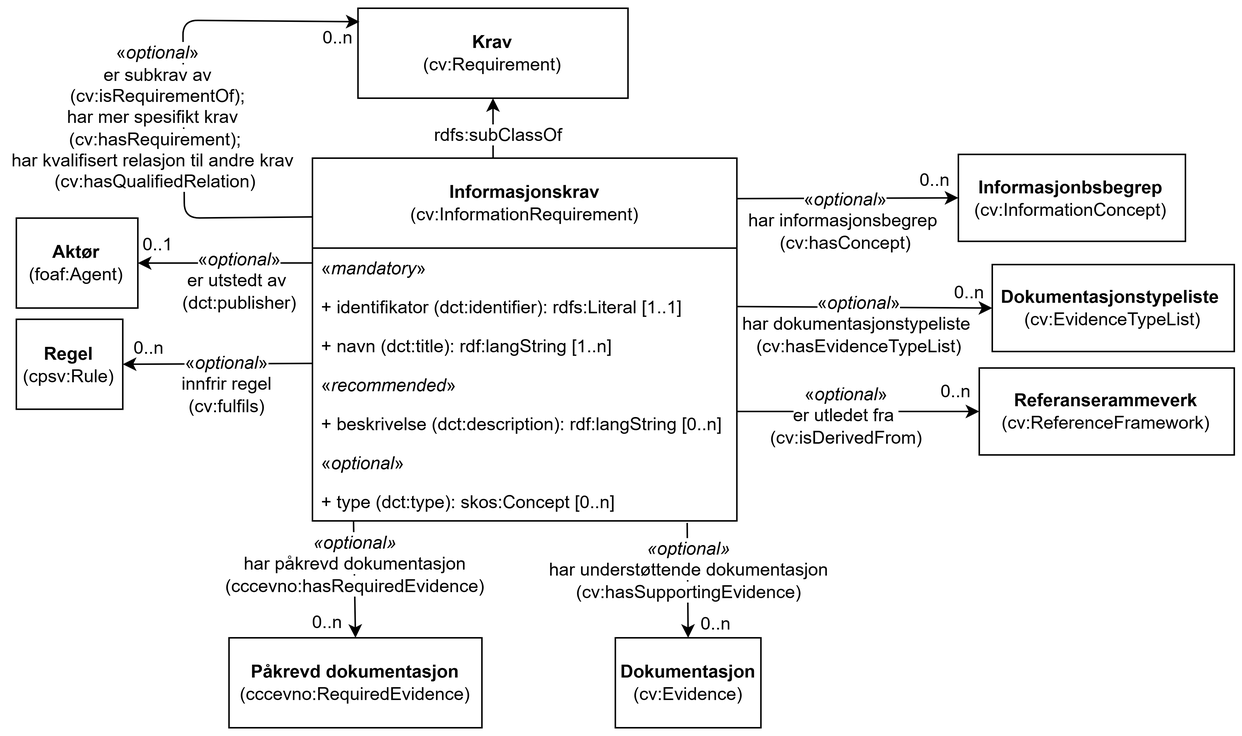
Above: docs/images/KlassenInformasjonskrav.png in Informasjonsforvaltning/cccev-ap-no (draw.io), before the change. Source tidied: cells renumbered, new cells last; positions are measured from the earlier drawing's top-left corner, leaving out a move shared by most shapes.
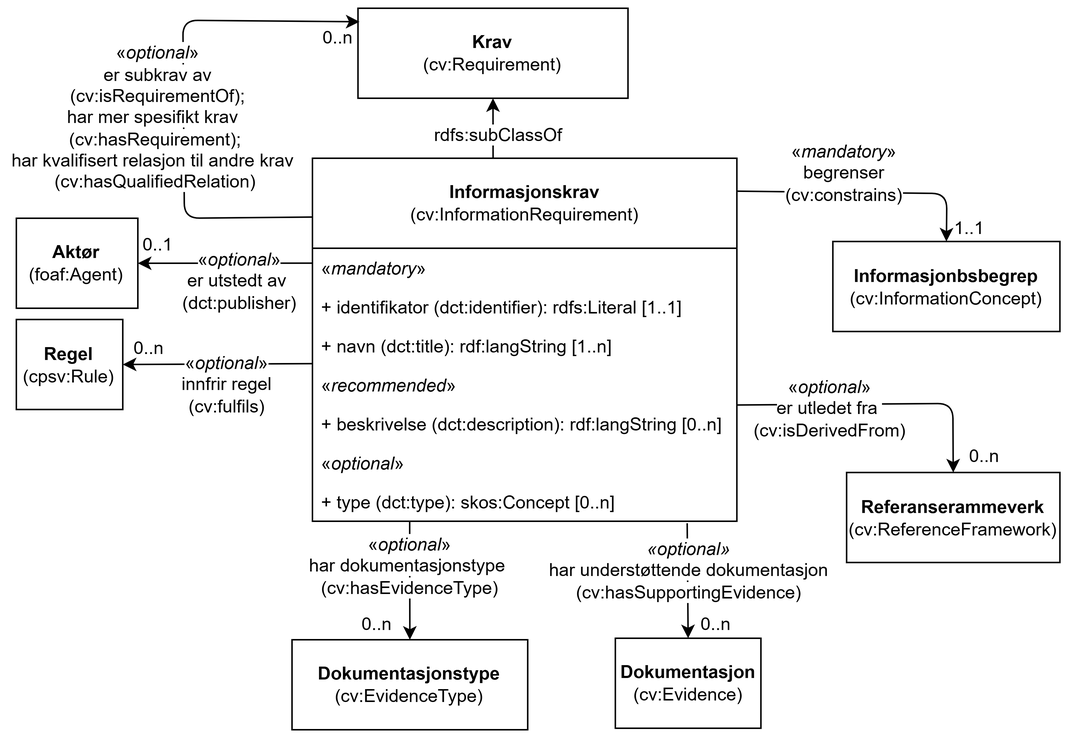
Later version of the same file.

Commit message:
Tar bort Påkrevd dokumentasjon

What changed in the source:
```diff
@@ -16,32 +16,6 @@
     <mxCell id="5" value="0..n" style="text;html=1;strokeColor=none;fillColor=none;align=center;verticalAlign=middle;whiteSpace=wrap;rounded=0;" parent="1" vertex="1">
       <mxGeometry x="77.2" y="216.5" width="34" height="20" as="geometry" />
     </mxCell>
-    <mxCell id="6" value="&lt;b&gt;Informasjonbsbegrep&lt;/b&gt;&lt;br&gt;(cv:InformationConcept)" style="rounded=0;whiteSpace=wrap;html=1;fillColor=none;strokeColor=#000000;" parent="1" vertex="1">
-      <mxGeometry x="633.4" y="97.5" width="151.4" height="58" as="geometry" />
-    </mxCell>
-    <mxCell id="7" style="endArrow=classic;html=1;rounded=0;entryX=0;entryY=0.5;entryDx=0;entryDy=0;" parent="1" edge="1" target="6">
-      <mxGeometry relative="1" as="geometry">
-        <mxPoint x="485.7" y="127" as="sourcePoint" />
-      </mxGeometry>
-    </mxCell>
-    <mxCell id="8" value="&lt;span style=&quot;background-color: rgb(255, 255, 255);&quot;&gt;«&lt;i style=&quot;&quot;&gt;optional&lt;/i&gt;»&lt;br style=&quot;border-color: var(--border-color);&quot;&gt;har informasjonsbegrep&amp;nbsp;&lt;br style=&quot;border-color: var(--border-color);&quot;&gt;(cv:hasConcept)&lt;/span&gt;" style="text;html=1;strokeColor=none;fillColor=none;align=center;verticalAlign=middle;whiteSpace=wrap;rounded=0;" parent="1" vertex="1">
-      <mxGeometry x="485.7" y="116" width="145" height="52" as="geometry" />
-    </mxCell>
-    <mxCell id="9" value="0..n" style="text;html=1;strokeColor=none;fillColor=none;align=center;verticalAlign=middle;whiteSpace=wrap;rounded=0;" parent="1" vertex="1">
-      <mxGeometry x="604.7" y="105" width="26" height="20" as="geometry" />
-    </mxCell>
-    <mxCell id="10" value="&lt;b&gt;Dokumentasjonstypeliste&amp;nbsp;&lt;br&gt;&lt;/b&gt;(cv:EvidenceTypeList)" style="rounded=0;whiteSpace=wrap;html=1;fillColor=none;strokeColor=#000000;" parent="1" vertex="1">
-      <mxGeometry x="656" y="171" width="161.3" height="58" as="geometry" />
-    </mxCell>
-    <mxCell id="11" style="endArrow=classic;html=1;rounded=0;exitX=1;exitY=0.5;exitDx=0;exitDy=0;entryX=0;entryY=0.5;entryDx=0;entryDy=0;" parent="1" edge="1" source="26" target="10">
-      <mxGeometry relative="1" as="geometry" />
-    </mxCell>
-    <mxCell id="12" value="&lt;span style=&quot;background-color: rgb(255, 255, 255);&quot;&gt;«&lt;i style=&quot;&quot;&gt;optional&lt;/i&gt;»&lt;br&gt;har dokumentasjonstypeliste&amp;nbsp;&lt;br&gt;(cv:hasEvidenceTypeList)&lt;/span&gt;" style="text;html=1;strokeColor=none;fillColor=none;align=center;verticalAlign=middle;whiteSpace=wrap;rounded=0;" parent="1" vertex="1">
-      <mxGeometry x="478.7" y="184.5" width="177.3" height="52" as="geometry" />
-    </mxCell>
-    <mxCell id="13" value="0..n" style="text;html=1;strokeColor=none;fillColor=none;align=center;verticalAlign=middle;whiteSpace=wrap;rounded=0;" parent="1" vertex="1">
-      <mxGeometry x="628" y="180" width="26" height="20" as="geometry" />
-    </mxCell>
     <mxCell id="14" style="endArrow=none;html=1;rounded=1;exitX=0;exitY=0.5;exitDx=0;exitDy=0;endFill=0;startArrow=classic;startFill=1;entryX=0.001;entryY=0.162;entryDx=0;entryDy=0;entryPerimeter=0;" parent="1" edge="1" target="24">
       <mxGeometry relative="1" as="geometry">
         <mxPoint x="234.2" y="9" as="sourcePoint" />
@@ -68,20 +42,6 @@
     <mxCell id="19" value="&lt;span style=&quot;background-color: rgb(255, 255, 255);&quot;&gt;«&lt;i style=&quot;&quot;&gt;optional&lt;/i&gt;»&lt;br&gt;er utstedt av&amp;nbsp;&lt;br&gt;(dct:publisher)&lt;/span&gt;" style="text;html=1;strokeColor=none;fillColor=none;align=center;verticalAlign=middle;whiteSpace=wrap;rounded=0;" parent="1" vertex="1">
       <mxGeometry x="112.8" y="155.5" width="82.6" height="52" as="geometry" />
     </mxCell>
-    <mxCell id="20" value="&lt;b&gt;Referanserammeverk&lt;/b&gt;&lt;br&gt;(cv:ReferenceFramework)" style="rounded=0;whiteSpace=wrap;html=1;fillColor=none;strokeColor=#000000;" parent="1" vertex="1">
-      <mxGeometry x="647.3" y="240" width="170" height="58" as="geometry" />
-    </mxCell>
-    <mxCell id="21" style="endArrow=classic;html=1;rounded=1;entryX=0;entryY=0.5;entryDx=0;entryDy=0;exitX=1;exitY=0.5;exitDx=0;exitDy=0;" parent="1" edge="1" target="20">
-      <mxGeometry relative="1" as="geometry">
-        <mxPoint x="486" y="269" as="sourcePoint" />
-      </mxGeometry>
-    </mxCell>
-    <mxCell id="22" value="&lt;span style=&quot;background-color: rgb(255, 255, 255);&quot;&gt;«&lt;i style=&quot;&quot;&gt;optional&lt;/i&gt;»&lt;br&gt;er utledet fra&amp;nbsp;&lt;br&gt;(cv:isDerivedFrom)&lt;/span&gt;" style="text;html=1;strokeColor=none;fillColor=none;align=center;verticalAlign=middle;whiteSpace=wrap;rounded=0;" parent="1" vertex="1">
-      <mxGeometry x="518.5" y="246" width="80" height="52" as="geometry" />
-    </mxCell>
-    <mxCell id="23" value="0..n" style="text;html=1;strokeColor=none;fillColor=none;align=center;verticalAlign=middle;whiteSpace=wrap;rounded=0;" parent="1" vertex="1">
-      <mxGeometry x="619" y="246" width="26" height="20" as="geometry" />
-    </mxCell>
     <mxCell id="24" value="&lt;b style=&quot;border-color: var(--border-color);&quot;&gt;Informasjonskrav&lt;/b&gt;&lt;br style=&quot;border-color: var(--border-color);&quot;&gt;(cv:InformationRequirement)" style="swimlane;fontStyle=0;horizontal=1;startSize=60;fillColor=none;whiteSpace=wrap;html=1;" parent="1" vertex="1">
       <mxGeometry x="202.8" y="100" width="282.9" height="242" as="geometry" />
     </mxCell>
@@ -132,19 +92,53 @@
     <mxCell id="39" value="0..n" style="text;html=1;strokeColor=none;fillColor=none;align=center;verticalAlign=middle;whiteSpace=wrap;rounded=0;" parent="1" vertex="1">
       <mxGeometry x="454.7" y="401" width="34" height="20" as="geometry" />
     </mxCell>
-    <mxCell id="40" value="&lt;b&gt;Påkrevd dokumentasjon&lt;/b&gt;&lt;br&gt;(cccevno:RequiredEvidence)" style="rounded=0;whiteSpace=wrap;html=1;fillColor=none;strokeColor=#000000;" parent="1" vertex="1">
-      <mxGeometry x="147.2" y="420" width="168.6" height="60" as="geometry" />
-    </mxCell>
-    <mxCell id="41" style="endArrow=classic;html=1;rounded=0;exitX=0.095;exitY=0.987;exitDx=0;exitDy=0;exitPerimeter=0;entryX=0.5;entryY=0;entryDx=0;entryDy=0;" parent="1" edge="1" target="40">
-      <mxGeometry relative="1" as="geometry">
-        <mxPoint x="230.2" y="342" as="sourcePoint" />
-      </mxGeometry>
-    </mxCell>
-    <mxCell id="42" value="&lt;span style=&quot;background-color: light-dark(#ffffff, var(--ge-dark-color, #121212));&quot;&gt;&lt;i&gt;«optional»&lt;br&gt;&lt;/i&gt;har påkrevd dokumentasjon&lt;br&gt;(cccevno:hasRequiredEvidence)&lt;/span&gt;" style="text;html=1;whiteSpace=wrap;strokeColor=none;fillColor=none;align=center;verticalAlign=middle;rounded=0;" parent="1" vertex="1">
-      <mxGeometry x="125.7" y="356" width="211.5" height="30" as="geometry" />
-    </mxCell>
-    <mxCell id="43" value="0..n" style="text;html=1;strokeColor=none;fillColor=none;align=center;verticalAlign=middle;whiteSpace=wrap;rounded=0;" parent="1" vertex="1">
-      <mxGeometry x="196.4" y="400" width="34" height="20" as="geometry" />
-    </mxCell>
+    <mxCell id="6" value="&lt;b&gt;Informasjonbsbegrep&lt;/b&gt;&lt;br&gt;(cv:InformationConcept)" style="rounded=0;whiteSpace=wrap;html=1;fillColor=none;strokeColor=#000000;" parent="1" vertex="1">
+      <mxGeometry x="549.7" y="155.5" width="151.4" height="60" as="geometry" />
+    </mxCell>
+    <mxCell id="44" style="endArrow=classic;html=1;rounded=1;entryX=0.5;entryY=0;entryDx=0;entryDy=0;exitX=0.995;exitY=0.549;exitDx=0;exitDy=0;exitPerimeter=0;curved=0;" parent="1" edge="1" target="6">
+      <mxGeometry relative="1" as="geometry">
+        <mxPoint x="486.2" y="121.9" as="sourcePoint" />
+        <Array as="points">
+          <mxPoint x="625.7" y="123.5" />
+        </Array>
+      </mxGeometry>
+    </mxCell>
+    <mxCell id="45" value="&lt;span style=&quot;background-color: rgb(255, 255, 255);&quot;&gt;«&lt;i style=&quot;&quot;&gt;mandatory&lt;/i&gt;»&lt;br&gt;begrenser&lt;br style=&quot;border-color: var(--border-color);&quot;&gt;(cv:constrains)&lt;/span&gt;" style="text;html=1;strokeColor=none;fillColor=none;align=center;verticalAlign=middle;whiteSpace=wrap;rounded=0;" parent="1" vertex="1">
+      <mxGeometry x="507.1" y="83.5" width="100.9" height="52" as="geometry" />
+    </mxCell>
+    <mxCell id="46" value="1..1" style="text;html=1;strokeColor=none;fillColor=none;align=center;verticalAlign=middle;whiteSpace=wrap;rounded=0;" parent="1" vertex="1">
+      <mxGeometry x="627.7" y="136.5" width="26" height="20" as="geometry" />
+    </mxCell>
+    <mxCell id="20" value="&lt;b&gt;Referanserammeverk&lt;/b&gt;&lt;br&gt;(cv:ReferenceFramework)" style="rounded=0;whiteSpace=wrap;html=1;fillColor=none;strokeColor=#000000;" parent="1" vertex="1">
+      <mxGeometry x="558.9" y="309.5" width="142.2" height="60" as="geometry" />
+    </mxCell>
+    <mxCell id="47" style="endArrow=classic;html=1;rounded=1;entryX=0.5;entryY=0;entryDx=0;entryDy=0;exitX=1;exitY=0.5;exitDx=0;exitDy=0;" parent="1" edge="1" target="20">
+      <mxGeometry relative="1" as="geometry">
+        <mxPoint x="485.7" y="264.5" as="sourcePoint" />
+        <Array as="points">
+          <mxPoint x="629.7" y="263.5" />
+        </Array>
+      </mxGeometry>
+    </mxCell>
+    <mxCell id="22" value="&lt;span style=&quot;background-color: rgb(255, 255, 255);&quot;&gt;«&lt;i style=&quot;&quot;&gt;optional&lt;/i&gt;»&lt;br&gt;er utledet fra&amp;nbsp;&lt;br&gt;(cv:isDerivedFrom)&lt;/span&gt;" style="text;html=1;strokeColor=none;fillColor=none;align=center;verticalAlign=middle;whiteSpace=wrap;rounded=0;" parent="1" vertex="1">
+      <mxGeometry x="507.7" y="241" width="80" height="52" as="geometry" />
+    </mxCell>
+    <mxCell id="48" value="0..n" style="text;html=1;strokeColor=none;fillColor=none;align=center;verticalAlign=middle;whiteSpace=wrap;rounded=0;" parent="1" vertex="1">
+      <mxGeometry x="637.7" y="289" width="26" height="20" as="geometry" />
+    </mxCell>
+    <mxCell id="49" value="&lt;b&gt;Dokumentasjonstype&lt;br&gt;&lt;/b&gt;(cv:EvidenceType)" style="rounded=0;whiteSpace=wrap;html=1;fillColor=none;strokeColor=#000000;" parent="1" vertex="1">
+      <mxGeometry x="189.2" y="421" width="157.1" height="60" as="geometry" />
+    </mxCell>
+    <mxCell id="50" style="endArrow=classic;html=1;rounded=0;entryX=0.5;entryY=0;entryDx=0;entryDy=0;exitX=0.23;exitY=0.978;exitDx=0;exitDy=0;exitPerimeter=0;" parent="1" edge="1" target="49">
+      <mxGeometry relative="1" as="geometry">
+        <mxPoint x="267.6" y="342" as="sourcePoint" />
+      </mxGeometry>
+    </mxCell>
+    <mxCell id="51" value="&lt;span style=&quot;background-color: rgb(255, 255, 255);&quot;&gt;«&lt;i style=&quot;&quot;&gt;optional&lt;/i&gt;»&lt;br&gt;har dokumentasjonstype&amp;nbsp;&lt;br&gt;(cv:hasEvidenceType)&lt;/span&gt;" style="text;html=1;strokeColor=none;fillColor=none;align=center;verticalAlign=middle;whiteSpace=wrap;rounded=0;" parent="1" vertex="1">
+      <mxGeometry x="185" y="346" width="165.5" height="52" as="geometry" />
+    </mxCell>
+    <mxCell id="52" value="0..n" style="text;html=1;strokeColor=none;fillColor=none;align=center;verticalAlign=middle;whiteSpace=wrap;rounded=0;" parent="1" vertex="1">
+      <mxGeometry x="233.2" y="401" width="26" height="20" as="geometry" />
+    </mxCell>
   </root>
 </mxGraphModel>
```
